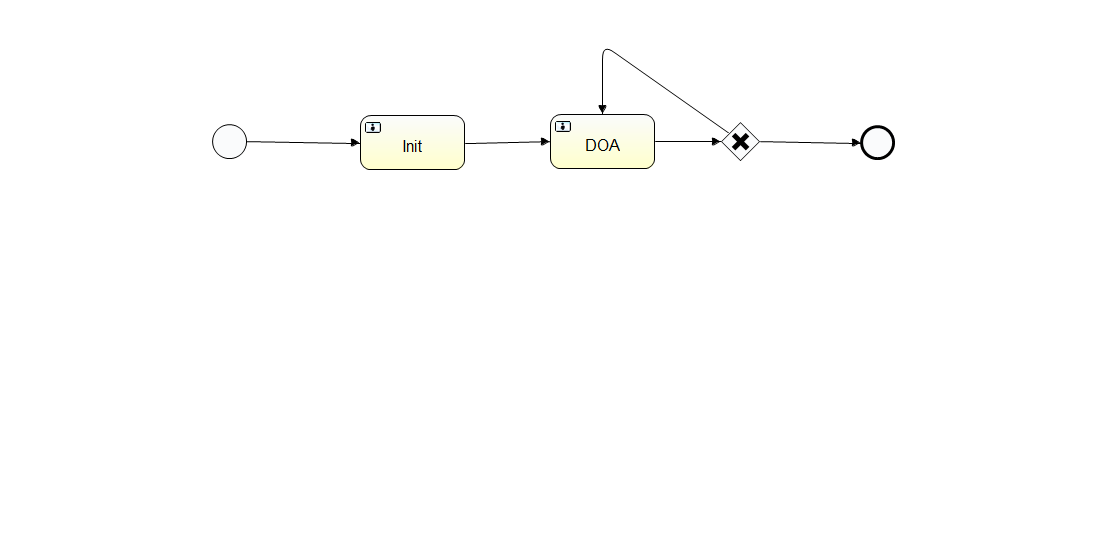
Earlier version of the BPMN export cornucopia/src/main/resources/diagram/departure.png (shuqizhao/cornucopia). Its source is kept beside it as cornucopia/src/main/resources/diagram/departure.bpmn. Ids are renumbered.
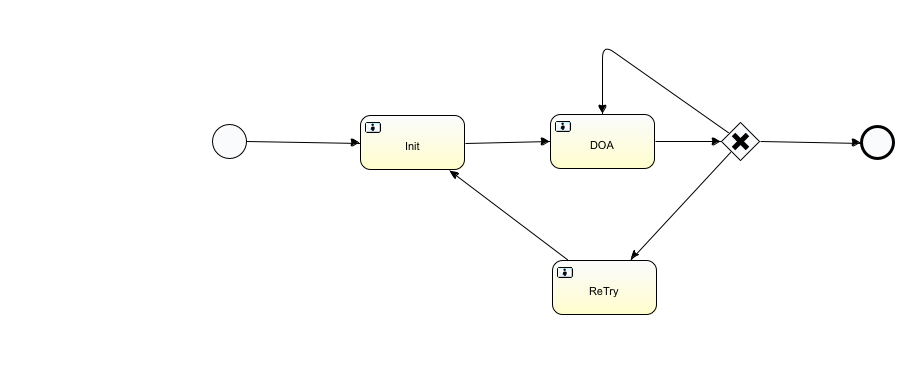
The same file after the commit.

The edit, as a diff of the source:
```diff
@@ -10,6 +10,9 @@
     <sequenceFlow id="flow5" sourceRef="DOA" targetRef="exclusivegateway1"></sequenceFlow>
     <sequenceFlow id="flow6" sourceRef="exclusivegateway1" targetRef="DOA"></sequenceFlow>
     <sequenceFlow id="flow7" sourceRef="exclusivegateway1" targetRef="endevent1"></sequenceFlow>
+    <userTask id="ReTry" name="ReTry"></userTask>
+    <sequenceFlow id="flow8" sourceRef="exclusivegateway1" targetRef="ReTry"></sequenceFlow>
+    <sequenceFlow id="flow9" sourceRef="ReTry" targetRef="Init"></sequenceFlow>
   </process>
   <bpmndi:BPMNDiagram id="BPMNDiagram_departureProcess">
     <bpmndi:BPMNPlane bpmnElement="departureProcess" id="BPMNPlane_departureProcess">
@@ -27,6 +30,9 @@
       </bpmndi:BPMNShape>
       <bpmndi:BPMNShape bpmnElement="exclusivegateway1" id="BPMNShape_exclusivegateway1">
         <omgdc:Bounds height="40.0" width="40.0" x="720.0" y="121.0"></omgdc:Bounds>
+      </bpmndi:BPMNShape>
+      <bpmndi:BPMNShape bpmnElement="ReTry" id="BPMNShape_ReTry">
+        <omgdc:Bounds height="55.0" width="105.0" x="552.0" y="260.0"></omgdc:Bounds>
       </bpmndi:BPMNShape>
       <bpmndi:BPMNEdge bpmnElement="flow3" id="BPMNEdge_flow3">
         <omgdi:waypoint x="247.0" y="141.0"></omgdi:waypoint>
@@ -49,6 +55,14 @@
         <omgdi:waypoint x="760.0" y="141.0"></omgdi:waypoint>
         <omgdi:waypoint x="860.0" y="142.0"></omgdi:waypoint>
       </bpmndi:BPMNEdge>
+      <bpmndi:BPMNEdge bpmnElement="flow8" id="BPMNEdge_flow8">
+        <omgdi:waypoint x="740.0" y="161.0"></omgdi:waypoint>
+        <omgdi:waypoint x="604.0" y="260.0"></omgdi:waypoint>
+      </bpmndi:BPMNEdge>
+      <bpmndi:BPMNEdge bpmnElement="flow9" id="BPMNEdge_flow9">
+        <omgdi:waypoint x="604.0" y="260.0"></omgdi:waypoint>
+        <omgdi:waypoint x="412.0" y="170.0"></omgdi:waypoint>
+      </bpmndi:BPMNEdge>
     </bpmndi:BPMNPlane>
   </bpmndi:BPMNDiagram>
 </definitions>
```
